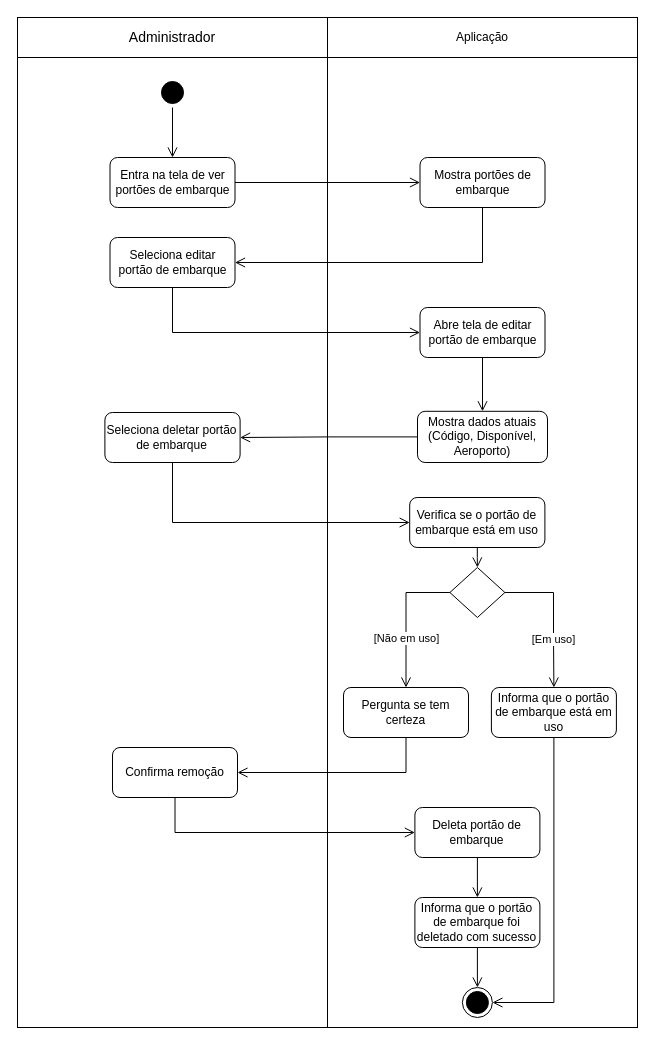
Earlier version of the draw.io diagram Diagramas/Eng_de_Software/Modelos/Atividade/Delete_Portao_de_Embarque.drawio (GabrielGMori/trabalho-conclus-o-ano). Source tidied: cells renumbered, new cells numbered last; positions are measured from the earlier drawing's top-left corner, leaving out a move shared by most shapes. Both pictures are drawn from the tidied source at 100%, with x=0, y=0 at pixel (17, 17).
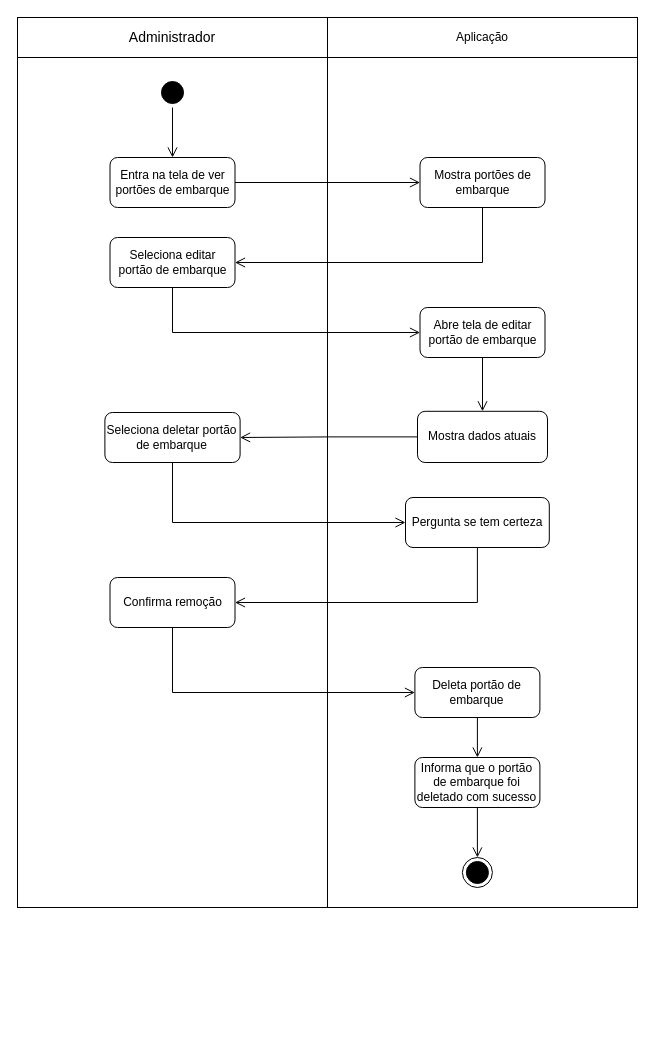
The same page after the edit.

Diff of the diagram source:
```diff
@@
     <mxCell id="2" style="rounded=0;whiteSpace=wrap;html=1;" parent="1" vertex="1">
-      <mxGeometry y="40" width="310" height="970" as="geometry" />
+      <mxGeometry y="40" width="310" height="850" as="geometry" />
     </mxCell>
     <mxCell id="3" style="rounded=0;whiteSpace=wrap;html=1;" parent="1" vertex="1">
-      <mxGeometry x="310" y="40" width="310" height="970" as="geometry" />
+      <mxGeometry x="310" y="40" width="310" height="850" as="geometry" />
     </mxCell>
@@
-    <mxCell id="9" value="Mostra dados atuais (Código, Disponível, Aeroporto)" style="rounded=1;whiteSpace=wrap;html=1;" parent="1" vertex="1">
+    <mxCell id="9" value="Mostra dados atuais" style="rounded=1;whiteSpace=wrap;html=1;" parent="1" vertex="1">
       <mxGeometry x="400" y="393.8" width="130" height="51.2" as="geometry" />
     </mxCell>
@@
     <mxCell id="12" value="Deleta portão de embarque" style="rounded=1;whiteSpace=wrap;html=1;" parent="1" vertex="1">
-      <mxGeometry x="397.4" y="790" width="125" height="50" as="geometry" />
+      <mxGeometry x="397.4" y="650" width="125" height="50" as="geometry" />
     </mxCell>
     <mxCell id="13" value="&lt;div&gt;Informa que o portão de embarque foi deletado com sucesso&lt;br&gt;&lt;/div&gt;" style="rounded=1;whiteSpace=wrap;html=1;" parent="1" vertex="1">
-      <mxGeometry x="397.4" y="880" width="125" height="50" as="geometry" />
+      <mxGeometry x="397.4" y="740" width="125" height="50" as="geometry" />
     </mxCell>
@@
     <mxCell id="15" style="ellipse;html=1;shape=endState;fillColor=#000000;strokeColor=#000000;" parent="1" vertex="1">
-      <mxGeometry x="444.9" y="970" width="30" height="30" as="geometry" />
+      <mxGeometry x="444.9" y="840" width="30" height="30" as="geometry" />
     </mxCell>
@@
-    <mxCell id="24" value="Verifica se o portão de embarque está em uso" style="rounded=1;whiteSpace=wrap;html=1;" parent="1" vertex="1">
-      <mxGeometry x="392.2" y="480" width="135.2" height="50" as="geometry" />
+    <mxCell id="24" value="Pergunta se tem certeza" style="rounded=1;whiteSpace=wrap;html=1;" parent="1" vertex="1">
+      <mxGeometry x="388" y="480" width="143.8" height="50" as="geometry" />
     </mxCell>
@@
     <mxCell id="26" value="Confirma remoção" style="rounded=1;whiteSpace=wrap;html=1;" parent="1" vertex="1">
-      <mxGeometry x="95" y="730" width="125" height="50" as="geometry" />
+      <mxGeometry x="92.5" y="560" width="125" height="50" as="geometry" />
     </mxCell>
-    <mxCell id="27" value="Pergunta se tem certeza" style="rounded=1;whiteSpace=wrap;html=1;" parent="1" vertex="1">
-      <mxGeometry x="326" y="670" width="125" height="50" as="geometry" />
-    </mxCell>
-    <mxCell id="28" style="edgeStyle=orthogonalEdgeStyle;html=1;verticalAlign=bottom;endArrow=open;endSize=8;strokeColor=#000000;rounded=0;entryX=1;entryY=0.5;entryDx=0;entryDy=0;exitX=0.5;exitY=1;exitDx=0;exitDy=0;" parent="1" edge="1" source="27" target="26">
+    <mxCell id="28" style="edgeStyle=orthogonalEdgeStyle;html=1;verticalAlign=bottom;endArrow=open;endSize=8;strokeColor=#000000;rounded=0;entryX=1;entryY=0.5;entryDx=0;entryDy=0;exitX=0.5;exitY=1;exitDx=0;exitDy=0;" parent="1" edge="1" source="24" target="26">
       <mxGeometry relative="1" as="geometry" />
     </mxCell>
@@
-    <mxCell id="30" style="rhombus;whiteSpace=wrap;html=1;" parent="1" vertex="1">
-      <mxGeometry x="432.4" y="550" width="55" height="50" as="geometry" />
-    </mxCell>
-    <mxCell id="31" style="edgeStyle=orthogonalEdgeStyle;html=1;verticalAlign=bottom;endArrow=open;endSize=8;strokeColor=#000000;rounded=0;entryX=0.5;entryY=0;entryDx=0;entryDy=0;exitX=1;exitY=0.5;exitDx=0;exitDy=0;" parent="1" edge="1" source="30" target="36">
-      <mxGeometry relative="1" as="geometry">
-        <Array as="points">
-          <mxPoint x="536" y="575" />
-          <mxPoint x="536" y="620" />
-          <mxPoint x="537" y="620" />
-        </Array>
-      </mxGeometry>
-    </mxCell>
-    <mxCell id="32" value="[Em uso]" style="edgeLabel;html=1;align=center;verticalAlign=middle;" parent="31" vertex="1">
-      <mxGeometry x="-0.23" relative="1" as="geometry">
-        <mxPoint x="-1" y="40" as="offset" />
-      </mxGeometry>
-    </mxCell>
-    <mxCell id="33" style="edgeStyle=orthogonalEdgeStyle;html=1;verticalAlign=bottom;endArrow=open;endSize=8;strokeColor=#000000;rounded=0;entryX=0.5;entryY=0;entryDx=0;entryDy=0;exitX=0;exitY=0.5;exitDx=0;exitDy=0;" parent="1" edge="1" source="30" target="27">
-      <mxGeometry relative="1" as="geometry" />
-    </mxCell>
-    <mxCell id="34" value="[Não em uso]" style="edgeLabel;html=1;align=center;verticalAlign=middle;" parent="33" vertex="1">
-      <mxGeometry x="-0.35" y="-2" relative="1" as="geometry">
-        <mxPoint x="2" y="44" as="offset" />
-      </mxGeometry>
-    </mxCell>
-    <mxCell id="35" style="edgeStyle=orthogonalEdgeStyle;html=1;verticalAlign=bottom;endArrow=open;endSize=8;strokeColor=#000000;rounded=0;entryX=0.5;entryY=0;entryDx=0;entryDy=0;exitX=0.5;exitY=1;exitDx=0;exitDy=0;" parent="1" edge="1" source="24" target="30">
-      <mxGeometry relative="1" as="geometry" />
-    </mxCell>
-    <mxCell id="36" value="Informa que o portão de embarque está em uso" style="rounded=1;whiteSpace=wrap;html=1;" parent="1" vertex="1">
-      <mxGeometry x="473.9" y="670" width="125" height="50" as="geometry" />
-    </mxCell>
-    <mxCell id="37" style="edgeStyle=orthogonalEdgeStyle;html=1;verticalAlign=bottom;endArrow=open;endSize=8;strokeColor=#000000;rounded=0;entryX=1;entryY=0.5;entryDx=0;entryDy=0;exitX=0.5;exitY=1;exitDx=0;exitDy=0;" parent="1" edge="1" source="36" target="15">
-      <mxGeometry relative="1" as="geometry" />
-    </mxCell>
```
